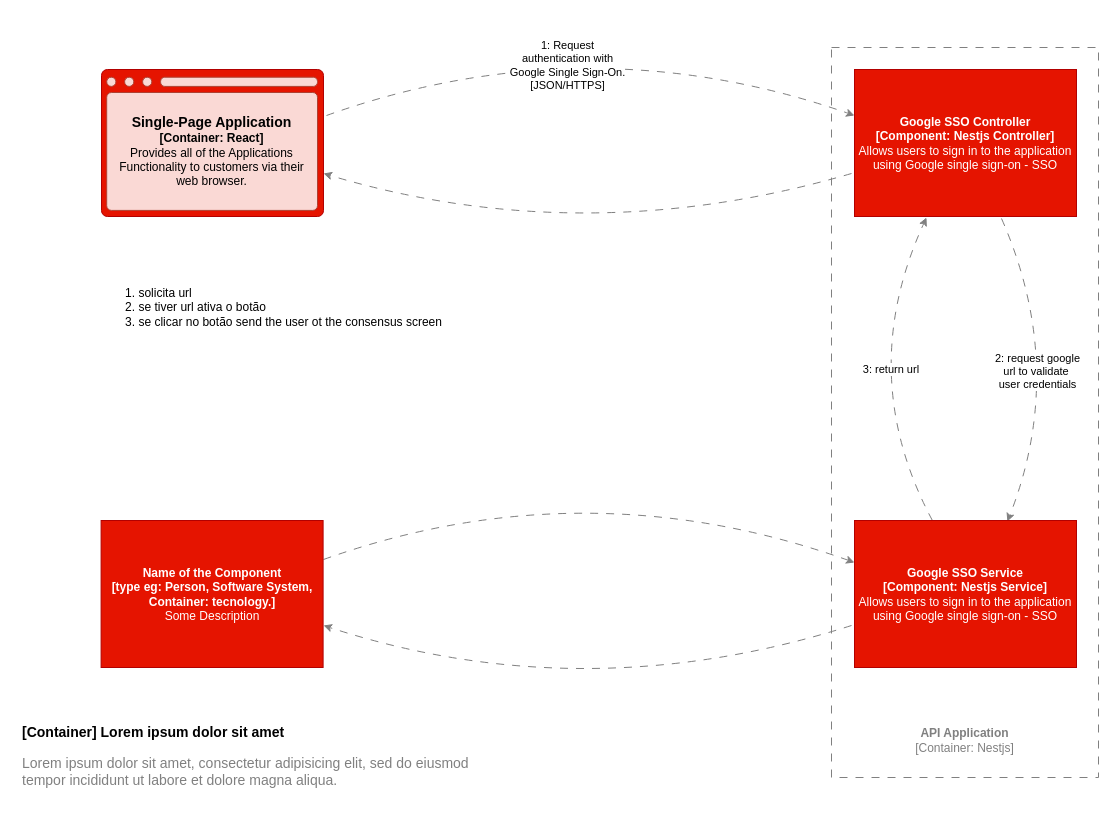
sayfelanjos/Hematology-App-with-Carbon-Design-System keeps this draw.io diagram as page "Sigle-SignOn" (1 of 2) of architecture/application_architecture.drawio. Above is the earlier version. Source tidied: cells renumbered, new cells numbered last; positions are measured from the earlier drawing's top-left corner, leaving out a move shared by most shapes. Both pictures are drawn from the tidied source at 100%, with x=0, y=0 at pixel (17, 22).
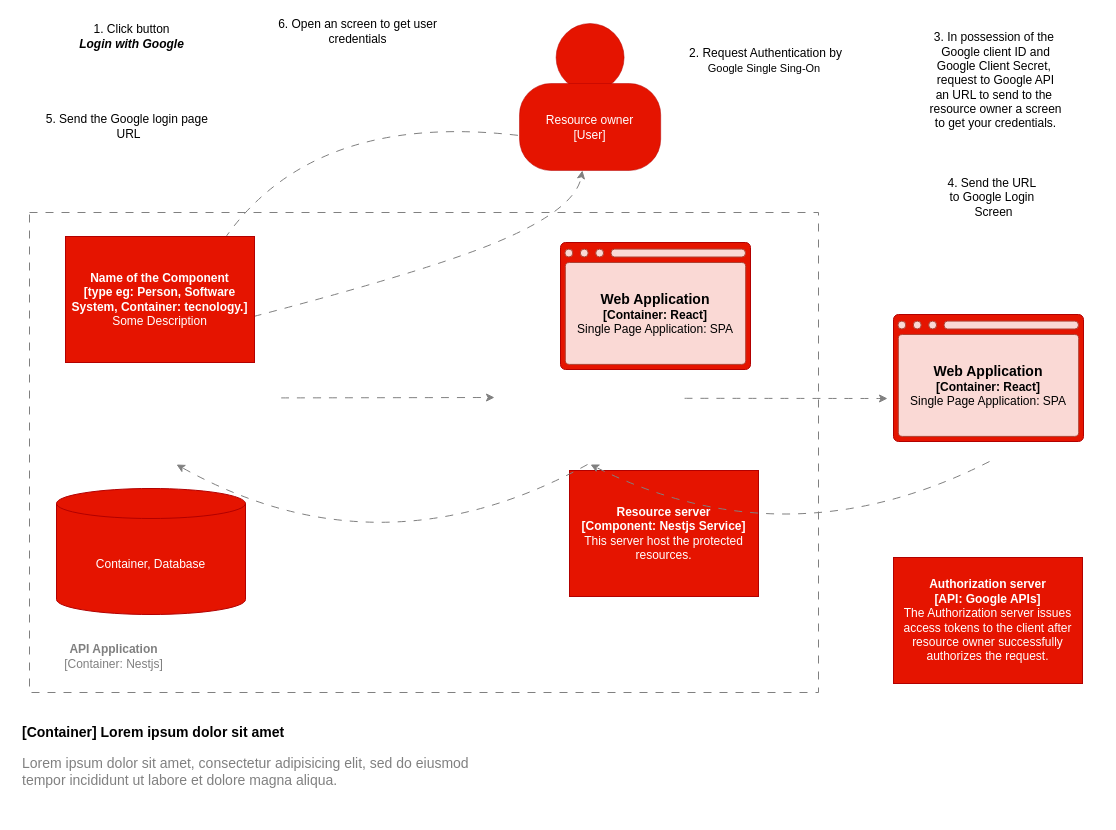
After the change.

What changed in the source:
```diff
@@
-    <mxCell id="2" style="fillColor=none;dashed=1;dashPattern=8 8;fontColor=#ffffff;strokeColor=#808080;" parent="1" vertex="1">
-      <mxGeometry x="814" y="25" width="267" height="730" as="geometry" />
-    </mxCell>
@@
-    <mxCell id="4" style="group;fillColor=none;" parent="1" vertex="1">
-      <mxGeometry x="84" y="47" width="222" height="147" as="geometry" />
-    </mxCell>
-    <mxCell id="5" style="endArrow=classic;dashed=1;html=1;curved=1;dashPattern=8 8;endFill=1;strokeColor=#808080;" parent="1" edge="1">
-      <mxGeometry relative="1" as="geometry">
-        <mxPoint x="309" y="93" as="sourcePoint" />
-        <mxPoint x="837" y="93" as="targetPoint" />
-        <Array as="points">
-          <mxPoint x="570" />
-        </Array>
-      </mxGeometry>
-    </mxCell>
-    <mxCell id="6" value="1: Request&lt;br&gt;authentication with&lt;br&gt;Google Single Sign-On.&lt;br&gt;[JSON/HTTPS]" style="edgeLabel;html=1;align=center;verticalAlign=middle;" parent="5" vertex="1">
-      <mxGeometry x="-0.13" y="-33" relative="1" as="geometry" />
-    </mxCell>
-    <mxCell id="7" style="endArrow=classic;dashed=1;html=1;curved=1;dashPattern=8 8;endFill=1;strokeColor=#808080;" parent="1" edge="1">
-      <mxGeometry relative="1" as="geometry">
-        <mxPoint x="306" y="537" as="sourcePoint" />
-        <mxPoint x="837" y="540" as="targetPoint" />
-        <Array as="points">
-          <mxPoint x="567" y="444" />
-        </Array>
-      </mxGeometry>
-    </mxCell>
-    <mxCell id="8" style="endArrow=classic;dashed=1;html=1;curved=1;dashPattern=8 8;endFill=1;strokeColor=#808080;" parent="1" edge="1">
-      <mxGeometry relative="1" as="geometry">
-        <mxPoint x="834" y="151" as="sourcePoint" />
-        <mxPoint x="306" y="151" as="targetPoint" />
-        <Array as="points">
-          <mxPoint x="567" y="229" />
-        </Array>
-      </mxGeometry>
-    </mxCell>
-    <mxCell id="9" style="endArrow=classic;dashed=1;html=1;curved=1;dashPattern=8 8;endFill=1;strokeColor=#808080;" parent="1" edge="1">
-      <mxGeometry relative="1" as="geometry">
-        <mxPoint x="834" y="603" as="sourcePoint" />
-        <mxPoint x="306" y="603" as="targetPoint" />
-        <Array as="points">
-          <mxPoint x="567" y="688" />
-        </Array>
-      </mxGeometry>
-    </mxCell>
+    <mxCell id="16" value="&lt;font color=&quot;#808080&quot;&gt;&lt;b&gt;API Application&lt;br&gt;&lt;/b&gt;[Container: Nestjs]&lt;/font&gt;" style="text;strokeColor=none;align=center;fillColor=none;html=1;verticalAlign=middle;whiteSpace=wrap;rounded=0;" parent="1" vertex="1">
+      <mxGeometry x="36" y="619" width="121" height="30" as="geometry" />
+    </mxCell>
+    <object id="17" label="%name%&lt;br&gt;[%type%]&lt;br&gt;&lt;span style=&quot;font-weight: normal;&quot;&gt;%description%&lt;/span&gt;" description="The Authorization server issues access tokens to the client after resource owner successfully authorizes the request." name="Authorization server" placeholders="1" type="API: Google APIs">
+      <mxCell style="group;fillColor=#e51400;fontColor=#ffffff;strokeColor=#B20000;rounded=0;arcSize=4;verticalAlign=middle;fontStyle=1;whiteSpace=wrap;html=1;" parent="1" vertex="1">
+        <mxGeometry x="876" y="535" width="189" height="126" as="geometry" />
+      </mxCell>
+    </object>
+    <object id="22" label="%name%&lt;br&gt;[%type%]&lt;br&gt;&lt;span style=&quot;font-weight: normal;&quot;&gt;%description%&lt;/span&gt;" description="This server host the protected resources. " name="Resource server" placeholders="1" type="Component: Nestjs Service">
+      <mxCell style="group;fillColor=#e51400;fontColor=#ffffff;strokeColor=#B20000;rounded=0;arcSize=4;verticalAlign=middle;fontStyle=1;whiteSpace=wrap;html=1;" parent="1" vertex="1">
+        <mxGeometry x="552" y="448" width="189" height="126" as="geometry" />
+      </mxCell>
+    </object>
+    <mxCell id="25" style="group;" parent="1" vertex="1">
+      <mxGeometry x="543" y="220" width="189" height="126" as="geometry" />
+    </mxCell>
+    <mxCell id="26" style="group;" parent="25" vertex="1">
+      <mxGeometry width="190" height="127" as="geometry" />
+    </mxCell>
+    <mxCell id="27" style="group;" parent="26" vertex="1">
+      <mxGeometry width="190" height="127" as="geometry" />
+    </mxCell>
-    <mxCell id="10" style="group;rounded=1;arcSize=4;strokeColor=#B20000;fontFamily=Helvetica;fontSize=12;fontColor=#ffffff;fillColor=#e51400;" parent="1" vertex="1">
-      <mxGeometry x="84" y="47" width="222" height="147" as="geometry" />
+    <mxCell id="10" style="group;rounded=1;arcSize=4;strokeColor=#B20000;fontFamily=Helvetica;fontSize=12;fontColor=#ffffff;fillColor=#e51400;" parent="27" vertex="1">
+      <mxGeometry width="190" height="127" as="geometry" />
     </mxCell>
-    <mxCell id="11" value="&lt;b style=&quot;font-size: 14px;&quot;&gt;Single-Page Application&lt;/b&gt;&lt;br&gt;&lt;font style=&quot;font-size: 12px;&quot;&gt;&lt;b style=&quot;&quot;&gt;[Container: React]&lt;/b&gt;&lt;br&gt;&lt;/font&gt;&lt;font style=&quot;font-size: 12px;&quot;&gt;Provides all of the Applications Functionality to customers via their web browser.&lt;/font&gt;" style="rounded=1;arcSize=4;whiteSpace=wrap;html=1;shadow=0;glass=0;fontFamily=Helvetica;fontSize=12;verticalAlign=middle;fillColor=#fad9d5;strokeColor=#ae4132;" parent="1" vertex="1">
-      <mxGeometry x="89.2" y="70" width="210.8" height="117.9" as="geometry" />
-    </mxCell>
+    <object id="11" label="&lt;font color=&quot;#000000&quot;&gt;&lt;font style=&quot;&quot;&gt;&lt;b style=&quot;&quot;&gt;&lt;span style=&quot;font-size: 14px;&quot;&gt;%name%&lt;br&gt;&lt;/span&gt;&lt;/b&gt;&lt;/font&gt;&lt;font style=&quot;font-size: 12px;&quot;&gt;&lt;b&gt;[%type%]&lt;br&gt;&lt;/b&gt;%description%&lt;/font&gt;&lt;/font&gt;" description="Single Page Application: SPA" name="Web Application" placeholders="1" type="Container: React">
+      <mxCell style="rounded=1;arcSize=4;whiteSpace=wrap;html=1;shadow=0;glass=0;fontFamily=Helvetica;fontSize=12;verticalAlign=middle;fillColor=#fad9d5;strokeColor=#ae4132;" parent="27" vertex="1">
+        <mxGeometry x="4.8" y="20" width="180.4" height="101.9" as="geometry" />
+      </mxCell>
+    </object>
+    <mxCell id="28" style="group;" parent="25" vertex="1">
+      <mxGeometry width="190" height="127" as="geometry" />
+    </mxCell>
+    <mxCell id="4" style="group;fillColor=none;" parent="28" vertex="1">
+      <mxGeometry width="190" height="127" as="geometry" />
+    </mxCell>
-    <mxCell id="12" style="rounded=1;arcSize=45;whiteSpace=wrap;html=1;shadow=0;glass=0;fontFamily=Helvetica;fontSize=12;fillColor=#fad9d5;strokeColor=#ae4132;" parent="1" vertex="1">
-      <mxGeometry x="143.1" y="54.7" width="156.9" height="9.2" as="geometry" />
+    <mxCell id="12" style="rounded=1;arcSize=45;whiteSpace=wrap;html=1;shadow=0;glass=0;fontFamily=Helvetica;fontSize=12;fillColor=#fad9d5;strokeColor=#ae4132;" parent="28" vertex="1">
+      <mxGeometry x="50.6" y="6.6" width="134.3" height="7.9" as="geometry" />
     </mxCell>
-    <mxCell id="13" style="ellipse;whiteSpace=wrap;html=1;rounded=1;shadow=0;glass=0;fontFamily=Helvetica;fontSize=12;fillColor=#fad9d5;strokeColor=#ae4132;" parent="1" vertex="1">
-      <mxGeometry x="107.1" y="54.7" width="9.2" height="9.2" as="geometry" />
+    <mxCell id="13" style="ellipse;whiteSpace=wrap;html=1;rounded=1;shadow=0;glass=0;fontFamily=Helvetica;fontSize=12;fillColor=#fad9d5;strokeColor=#ae4132;" parent="28" vertex="1">
+      <mxGeometry x="19.8" y="6.6" width="7.9" height="7.9" as="geometry" />
     </mxCell>
-    <mxCell id="14" style="ellipse;whiteSpace=wrap;html=1;rounded=1;shadow=0;glass=0;fontFamily=Helvetica;fontSize=12;fillColor=#fad9d5;strokeColor=#ae4132;" parent="1" vertex="1">
-      <mxGeometry x="89.2" y="54.7" width="9.2" height="9.2" as="geometry" />
+    <mxCell id="14" style="ellipse;whiteSpace=wrap;html=1;rounded=1;shadow=0;glass=0;fontFamily=Helvetica;fontSize=12;fillColor=#fad9d5;strokeColor=#ae4132;" parent="28" vertex="1">
+      <mxGeometry x="4.4" y="6.6" width="7.9" height="7.9" as="geometry" />
     </mxCell>
-    <mxCell id="15" style="ellipse;whiteSpace=wrap;html=1;rounded=1;shadow=0;glass=0;fontFamily=Helvetica;fontSize=12;fillColor=#fad9d5;strokeColor=#ae4132;" parent="1" vertex="1">
-      <mxGeometry x="125.1" y="54.7" width="9.2" height="9.2" as="geometry" />
+    <mxCell id="15" style="ellipse;whiteSpace=wrap;html=1;rounded=1;shadow=0;glass=0;fontFamily=Helvetica;fontSize=12;fillColor=#fad9d5;strokeColor=#ae4132;" parent="28" vertex="1">
+      <mxGeometry x="35.2" y="6.6" width="7.9" height="7.9" as="geometry" />
     </mxCell>
-    <mxCell id="16" value="&lt;font color=&quot;#808080&quot;&gt;&lt;b&gt;API Application&lt;br&gt;&lt;/b&gt;[Container: Nestjs]&lt;/font&gt;" style="text;strokeColor=none;align=center;fillColor=none;html=1;verticalAlign=middle;whiteSpace=wrap;rounded=0;" parent="1" vertex="1">
-      <mxGeometry x="887" y="703" width="121" height="30" as="geometry" />
-    </mxCell>
-    <object id="17" label="%name%&lt;br&gt;[%type%]&lt;br&gt;&lt;span style=&quot;font-weight: normal;&quot;&gt;%description%&lt;/span&gt;" description="Allows users to sign in to the application using Google single sign-on - SSO" name="Google SSO Controller" placeholders="1" type="Component: Nestjs Controller">
-      <mxCell style="group;fillColor=#e51400;fontColor=#ffffff;strokeColor=#B20000;rounded=0;arcSize=4;verticalAlign=middle;fontStyle=1;whiteSpace=wrap;html=1;" parent="1" vertex="1">
-        <mxGeometry x="837" y="47" width="222" height="147" as="geometry" />
-      </mxCell>
-    </object>
-    <mxCell id="18" style="endArrow=classic;dashed=1;html=1;curved=1;dashPattern=8 8;endFill=1;strokeColor=#808080;rounded=0;" parent="1" edge="1">
-      <mxGeometry relative="1" as="geometry">
-        <mxPoint x="984" y="196" as="sourcePoint" />
-        <mxPoint x="989.9" y="499" as="targetPoint" />
-        <Array as="points">
-          <mxPoint x="1049.9" y="346" />
-        </Array>
-      </mxGeometry>
-    </mxCell>
-    <mxCell id="19" value="&lt;div&gt;2: request google&lt;/div&gt;&lt;div&gt;url to validate&amp;nbsp;&lt;/div&gt;&lt;div&gt;user credentials&lt;/div&gt;" style="edgeLabel;html=1;align=center;verticalAlign=middle;" parent="18" vertex="1">
-      <mxGeometry x="0.08" y="-27" relative="1" as="geometry" />
-    </mxCell>
-    <mxCell id="20" style="endArrow=classic;dashed=1;html=1;curved=1;dashPattern=8 8;endFill=1;strokeColor=#808080;rounded=0;" parent="1" edge="1">
-      <mxGeometry relative="1" as="geometry">
-        <mxPoint x="914.9" y="498" as="sourcePoint" />
-        <mxPoint x="909" y="195" as="targetPoint" />
-        <Array as="points">
-          <mxPoint x="837" y="352" />
-        </Array>
-      </mxGeometry>
-    </mxCell>
-    <mxCell id="21" value="3: return url&amp;nbsp;" style="edgeLabel;html=1;align=center;verticalAlign=middle;" parent="20" vertex="1">
-      <mxGeometry x="0.1" y="-32" relative="1" as="geometry" />
-    </mxCell>
-    <object id="22" label="%name%&lt;br&gt;[%type%]&lt;br&gt;&lt;span style=&quot;font-weight: normal;&quot;&gt;%description%&lt;/span&gt;" description="Allows users to sign in to the application using Google single sign-on - SSO" name="Google SSO Service" placeholders="1" type="Component: Nestjs Service">
-      <mxCell style="group;fillColor=#e51400;fontColor=#ffffff;strokeColor=#B20000;rounded=0;arcSize=4;verticalAlign=middle;fontStyle=1;whiteSpace=wrap;html=1;" parent="1" vertex="1">
-        <mxGeometry x="837" y="498" width="222" height="147" as="geometry" />
-      </mxCell>
-    </object>
+    <mxCell id="29" style="group;flipV=0;flipH=0;direction=west;fillColor=none;" parent="1" vertex="1">
+      <mxGeometry x="502" y="1" width="141.2" height="153" as="geometry" />
+    </mxCell>
+    <mxCell id="30" style="ellipse;whiteSpace=wrap;html=1;rounded=1;strokeColor=#B20000;fontFamily=Helvetica;fontSize=12;fontColor=#ffffff;fillColor=#e51400;strokeWidth=0.5;" parent="29" vertex="1">
+      <mxGeometry x="36.6" width="68" height="68" as="geometry" />
+    </mxCell>
+    <mxCell id="31" value="&lt;div style=&quot;text-align: justify;&quot;&gt;&lt;span style=&quot;background-color: initial;&quot;&gt;&lt;font style=&quot;font-size: 12px;&quot;&gt;Resource owner&lt;/font&gt;&lt;/span&gt;&lt;/div&gt;&lt;div style=&quot;&quot;&gt;&lt;span style=&quot;background-color: initial;&quot;&gt;&lt;font style=&quot;font-size: 12px;&quot;&gt;[User]&lt;/font&gt;&lt;/span&gt;&lt;/div&gt;" style="rounded=1;arcSize=36;whiteSpace=wrap;html=1;strokeColor=#B20000;fontFamily=Helvetica;fontSize=12;fontColor=#ffffff;fillColor=#e51400;strokeWidth=0.5;align=center;" parent="29" vertex="1">
+      <mxGeometry y="60" width="141.2" height="87" as="geometry" />
+    </mxCell>
+    <mxCell id="32" style="endArrow=classic;dashed=1;html=1;curved=1;dashPattern=8 8;endFill=1;strokeColor=#808080;rounded=0;fontFamily=Helvetica;fontSize=12;fontColor=default;" parent="1" edge="1">
+      <mxGeometry relative="1" as="geometry">
+        <mxPoint x="263.6" y="375.4" as="sourcePoint" />
+        <mxPoint x="477" y="375" as="targetPoint" />
+      </mxGeometry>
+    </mxCell>
+    <mxCell id="33" value="2. Request Authentication by&lt;br style=&quot;font-size: 11px;&quot;&gt;&lt;span style=&quot;font-size: 11px;&quot;&gt;Google Single Sing-On&amp;nbsp;&lt;/span&gt;" style="edgeLabel;html=1;align=center;verticalAlign=middle;fontSize=12;fontFamily=Helvetica;fontColor=default;" parent="32" vertex="1">
+      <mxGeometry x="-0.08" y="1" relative="1" as="geometry">
+        <mxPoint x="386" y="-337" as="offset" />
+      </mxGeometry>
+    </mxCell>
+    <mxCell id="34" style="endArrow=classic;dashed=1;html=1;curved=1;dashPattern=8 8;endFill=1;strokeColor=#808080;rounded=0;fontFamily=Helvetica;fontSize=12;fontColor=default;" parent="1" edge="1">
+      <mxGeometry relative="1" as="geometry">
+        <mxPoint x="667.1" y="375.8" as="sourcePoint" />
+        <mxPoint x="870" y="376" as="targetPoint" />
+      </mxGeometry>
+    </mxCell>
+    <mxCell id="35" value="3. In possession of the&amp;nbsp; &lt;br&gt;Google client ID and &lt;br&gt;Google Client Secret,&amp;nbsp;&lt;br&gt;request to Google API &lt;br&gt;an URL to send to the&amp;nbsp;&lt;br&gt;resource owner a screen&lt;br&gt;to get your credentials." style="edgeLabel;html=1;align=center;verticalAlign=middle;fontSize=12;fontFamily=Helvetica;fontColor=default;" parent="34" vertex="1">
+      <mxGeometry x="-0.04" relative="1" as="geometry">
+        <mxPoint x="213" y="-318" as="offset" />
+      </mxGeometry>
+    </mxCell>
+    <mxCell id="36" style="endArrow=classic;dashed=1;html=1;curved=1;dashPattern=8 8;endFill=1;strokeColor=#808080;rounded=0;fontFamily=Helvetica;fontSize=12;fontColor=default;" parent="1" edge="1">
+      <mxGeometry relative="1" as="geometry">
+        <mxPoint x="570" y="442" as="sourcePoint" />
+        <mxPoint x="159" y="442" as="targetPoint" />
+        <Array as="points">
+          <mxPoint x="363" y="556" />
+        </Array>
+      </mxGeometry>
+    </mxCell>
+    <mxCell id="37" value="5. Send the Google login page&amp;nbsp;&lt;br&gt;URL" style="edgeLabel;html=1;align=center;verticalAlign=middle;fontSize=12;fontFamily=Helvetica;fontColor=default;" parent="36" vertex="1">
+      <mxGeometry x="-0.12" y="-47" relative="1" as="geometry">
+        <mxPoint x="-256" y="-397" as="offset" />
+      </mxGeometry>
+    </mxCell>
+    <mxCell id="38" style="endArrow=classic;dashed=1;html=1;curved=1;dashPattern=8 8;endFill=1;strokeColor=#808080;rounded=0;fontFamily=Helvetica;fontSize=12;fontColor=default;" parent="1" edge="1">
+      <mxGeometry relative="1" as="geometry">
+        <mxPoint x="972" y="439" as="sourcePoint" />
+        <mxPoint x="573" y="442" as="targetPoint" />
+        <Array as="points">
+          <mxPoint x="771" y="541" />
+        </Array>
+      </mxGeometry>
+    </mxCell>
+    <mxCell id="39" value="4. Send the URL&amp;nbsp;&lt;br&gt;to Google Login&amp;nbsp;&lt;br&gt;Screen" style="edgeLabel;html=1;align=center;verticalAlign=middle;fontSize=12;fontFamily=Helvetica;fontColor=default;" parent="38" vertex="1">
+      <mxGeometry x="-0.1" y="-43" relative="1" as="geometry">
+        <mxPoint x="202" y="-317" as="offset" />
+      </mxGeometry>
+    </mxCell>
+    <mxCell id="40" style="endArrow=classic;dashed=1;html=1;curved=1;dashPattern=8 8;endFill=1;strokeColor=#808080;rounded=0;fontFamily=Helvetica;fontSize=12;fontColor=default;" parent="1" edge="1" target="31">
+      <mxGeometry relative="1" as="geometry">
+        <mxPoint x="174" y="310" as="sourcePoint" />
+        <Array as="points">
+          <mxPoint x="399" y="253" />
+          <mxPoint x="558" y="187" />
+        </Array>
+      </mxGeometry>
+    </mxCell>
+    <mxCell id="41" value="6. Open an screen to get user&lt;br&gt;credentials" style="edgeLabel;html=1;align=center;verticalAlign=middle;fontSize=12;fontFamily=Helvetica;fontColor=default;" parent="40" vertex="1">
+      <mxGeometry x="0.17" y="-49" relative="1" as="geometry">
+        <mxPoint x="-104" y="-279" as="offset" />
+      </mxGeometry>
+    </mxCell>
+    <mxCell id="42" style="endArrow=classic;dashed=1;html=1;curved=1;dashPattern=8 8;endFill=1;strokeColor=#808080;rounded=0;fontFamily=Helvetica;fontSize=12;fontColor=default;exitX=-0.011;exitY=0.596;exitDx=0;exitDy=0;exitPerimeter=0;" parent="1" edge="1" source="31">
+      <mxGeometry relative="1" as="geometry">
+        <mxPoint x="162" y="313" as="targetPoint" />
+        <Array as="points">
+          <mxPoint x="234" y="82" />
+        </Array>
+      </mxGeometry>
+    </mxCell>
+    <mxCell id="43" value="1. Click button &lt;br&gt;&lt;i&gt;&lt;b&gt;Login with Google&lt;/b&gt;&lt;/i&gt;" style="edgeLabel;html=1;align=center;verticalAlign=middle;fontSize=12;fontFamily=Helvetica;fontColor=default;" parent="42" vertex="1">
+      <mxGeometry y="-1" relative="1" as="geometry">
+        <mxPoint x="-134" y="-69" as="offset" />
+      </mxGeometry>
+    </mxCell>
+    <mxCell id="44" style="group;" parent="1" vertex="1">
+      <mxGeometry x="876" y="292" width="189" height="126" as="geometry" />
+    </mxCell>
+    <mxCell id="45" style="group;" parent="44" vertex="1">
+      <mxGeometry width="190" height="127" as="geometry" />
+    </mxCell>
+    <mxCell id="46" style="group;" parent="45" vertex="1">
+      <mxGeometry width="190" height="127" as="geometry" />
+    </mxCell>
+    <mxCell id="47" style="group;rounded=1;arcSize=4;strokeColor=#B20000;fontFamily=Helvetica;fontSize=12;fontColor=#ffffff;fillColor=#e51400;" parent="46" vertex="1">
+      <mxGeometry width="190" height="127" as="geometry" />
+    </mxCell>
+    <object id="48" label="&lt;font color=&quot;#000000&quot;&gt;&lt;font style=&quot;&quot;&gt;&lt;b style=&quot;&quot;&gt;&lt;span style=&quot;font-size: 14px;&quot;&gt;%name%&lt;br&gt;&lt;/span&gt;&lt;/b&gt;&lt;/font&gt;&lt;font style=&quot;font-size: 12px;&quot;&gt;&lt;b&gt;[%type%]&lt;br&gt;&lt;/b&gt;%description%&lt;/font&gt;&lt;/font&gt;" description="Single Page Application: SPA" name="Web Application" placeholders="1" type="Container: React">
+      <mxCell style="rounded=1;arcSize=4;whiteSpace=wrap;html=1;shadow=0;glass=0;fontFamily=Helvetica;fontSize=12;verticalAlign=middle;fillColor=#fad9d5;strokeColor=#ae4132;" parent="46" vertex="1">
+        <mxGeometry x="4.8" y="20" width="180.4" height="101.9" as="geometry" />
+      </mxCell>
+    </object>
+    <mxCell id="49" style="group;" parent="44" vertex="1">
+      <mxGeometry width="190" height="127" as="geometry" />
+    </mxCell>
+    <mxCell id="50" style="group;fillColor=none;" parent="49" vertex="1">
+      <mxGeometry width="190" height="127" as="geometry" />
+    </mxCell>
+    <mxCell id="51" style="rounded=1;arcSize=45;whiteSpace=wrap;html=1;shadow=0;glass=0;fontFamily=Helvetica;fontSize=12;fillColor=#fad9d5;strokeColor=#ae4132;" parent="49" vertex="1">
+      <mxGeometry x="50.6" y="6.6" width="134.3" height="7.9" as="geometry" />
+    </mxCell>
+    <mxCell id="52" style="ellipse;whiteSpace=wrap;html=1;rounded=1;shadow=0;glass=0;fontFamily=Helvetica;fontSize=12;fillColor=#fad9d5;strokeColor=#ae4132;" parent="49" vertex="1">
+      <mxGeometry x="19.8" y="6.6" width="7.9" height="7.9" as="geometry" />
+    </mxCell>
+    <mxCell id="53" style="ellipse;whiteSpace=wrap;html=1;rounded=1;shadow=0;glass=0;fontFamily=Helvetica;fontSize=12;fillColor=#fad9d5;strokeColor=#ae4132;" parent="49" vertex="1">
+      <mxGeometry x="4.4" y="6.6" width="7.9" height="7.9" as="geometry" />
+    </mxCell>
+    <mxCell id="54" style="ellipse;whiteSpace=wrap;html=1;rounded=1;shadow=0;glass=0;fontFamily=Helvetica;fontSize=12;fillColor=#fad9d5;strokeColor=#ae4132;" parent="49" vertex="1">
+      <mxGeometry x="35.2" y="6.6" width="7.9" height="7.9" as="geometry" />
+    </mxCell>
+    <mxCell id="55" value="Container, Database" style="shape=cylinder3;whiteSpace=wrap;html=1;boundedLbl=1;backgroundOutline=1;size=15;rounded=1;strokeColor=#B20000;fontFamily=Helvetica;fontSize=12;fontColor=#ffffff;fillColor=#e51400;shadow=0;glass=0;" parent="1" vertex="1">
+      <mxGeometry x="39" y="466" width="189" height="126" as="geometry" />
+    </mxCell>
+    <mxCell id="56" style="rounded=0;whiteSpace=wrap;html=1;shadow=0;glass=0;fontFamily=Helvetica;fontSize=12;fillColor=none;dashed=1;strokeWidth=1;dashPattern=8 8;strokeColor=#808080;" parent="1" vertex="1">
+      <mxGeometry x="12" y="190" width="789" height="480" as="geometry" />
+    </mxCell>
     <object id="23" label="%name%&lt;br&gt;[%type%]&lt;br&gt;&lt;span style=&quot;font-weight: normal;&quot;&gt;%description%&lt;/span&gt;" description="Some Description" name="Name of the Component" placeholders="1" type="type eg: Person, Software System, Container: tecnology.">
-      <mxCell style="group;fillColor=#e51400;fontColor=#ffffff;strokeColor=#B20000;rounded=0;arcSize=4;verticalAlign=middle;fontStyle=1;whiteSpace=wrap;html=1;" parent="1" vertex="1">
-        <mxGeometry x="83.6" y="498" width="222" height="147" as="geometry" />
+      <mxCell style="group;fillColor=#e51400;fontColor=#ffffff;strokeColor=#B20000;rounded=0;arcSize=4;verticalAlign=middle;fontStyle=1;whiteSpace=wrap;html=1;shadow=0;glass=0;fontFamily=Helvetica;fontSize=12;" parent="1" vertex="1">
+        <mxGeometry x="48" y="214" width="189" height="126" as="geometry" />
       </mxCell>
     </object>
-    <mxCell id="24" value="&lt;div style=&quot;text-align: left;&quot;&gt;&lt;span style=&quot;background-color: initial;&quot;&gt;1. solicita url&lt;/span&gt;&lt;/div&gt;&lt;div style=&quot;text-align: left;&quot;&gt;&lt;span style=&quot;background-color: initial;&quot;&gt;2. se tiver url ativa o botão&lt;/span&gt;&lt;/div&gt;&lt;div style=&quot;text-align: left;&quot;&gt;&lt;span style=&quot;background-color: initial;&quot;&gt;3. se clicar no botão send the user ot the consensus screen&lt;/span&gt;&lt;/div&gt;" style="text;html=1;align=center;verticalAlign=middle;strokeColor=none;fillColor=none;" parent="1" vertex="1">
-      <mxGeometry x="98.3" y="256" width="336" height="57" as="geometry" />
-    </mxCell>
```
